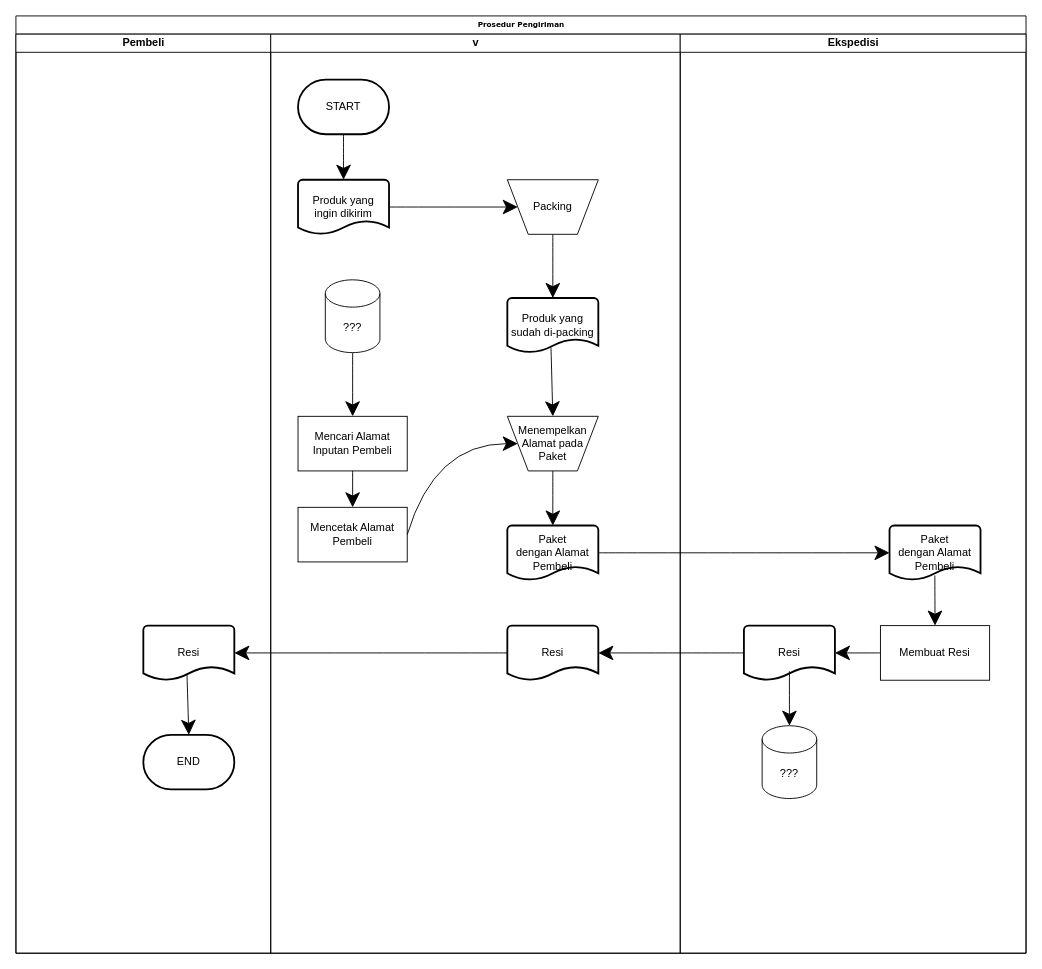
This is Untitled Diagram.drawio from kkamall/2102313_MuhammadKamal_C12021, a draw.io file, before an edit. Source tidied: cells renumbered, new cells numbered last; positions are measured from the earlier drawing's top-left corner, leaving out a move shared by most shapes. Both pictures are drawn from the tidied source at 91%, with x=0, y=0 at pixel (15, 15).
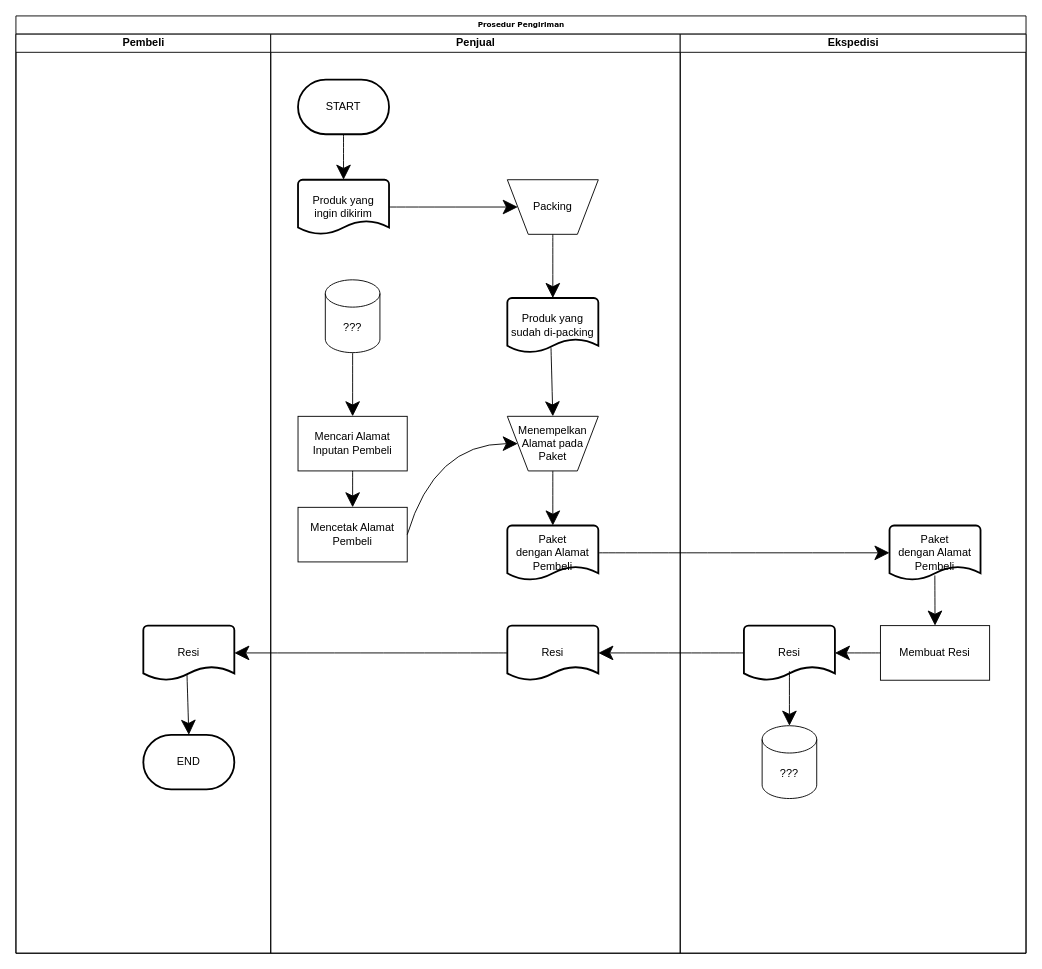
The same page after the edit.

Commit message:
Flowmap Proses Pengiriman1.drawio

Unchanged cells that the change refers to:
```xml
<mxCell id="2" value="Prosedur Pengiriman" style="swimlane;html=1;startSize=20;rounded=0;shadow=0;labelBackgroundColor=none;strokeWidth=1;fontFamily=Verdana;fontSize=8;align=center;" parent="1" vertex="1">
  <mxGeometry width="1110" height="1030" as="geometry" />
</mxCell>
```

What changed in the source:
```diff
@@
-    <mxCell id="9" value="v" style="swimlane;html=1;startSize=20;" parent="2" vertex="1">
+    <mxCell id="9" value="Penjual" style="swimlane;html=1;startSize=20;" parent="2" vertex="1">
       <mxGeometry x="280" y="20" width="450" height="1010" as="geometry" />
     </mxCell>
```
